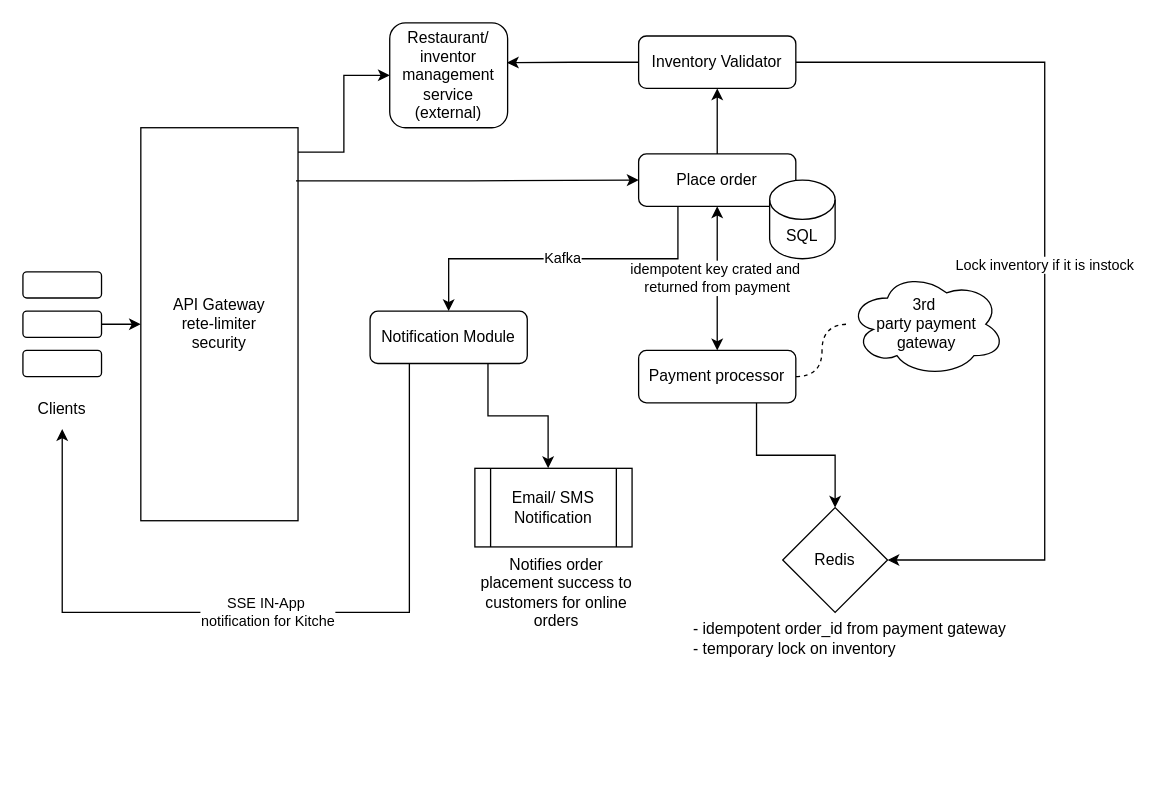
Above: HLD-drawings/order_management.drawio in harirehm/draw.io (draw.io), before the change. Source tidied: cells renumbered, new cells numbered last; positions are measured from the earlier drawing's top-left corner, leaving out a move shared by most shapes. Both pictures are drawn from the tidied source at 131%, with x=0, y=0 at pixel (22, 22).
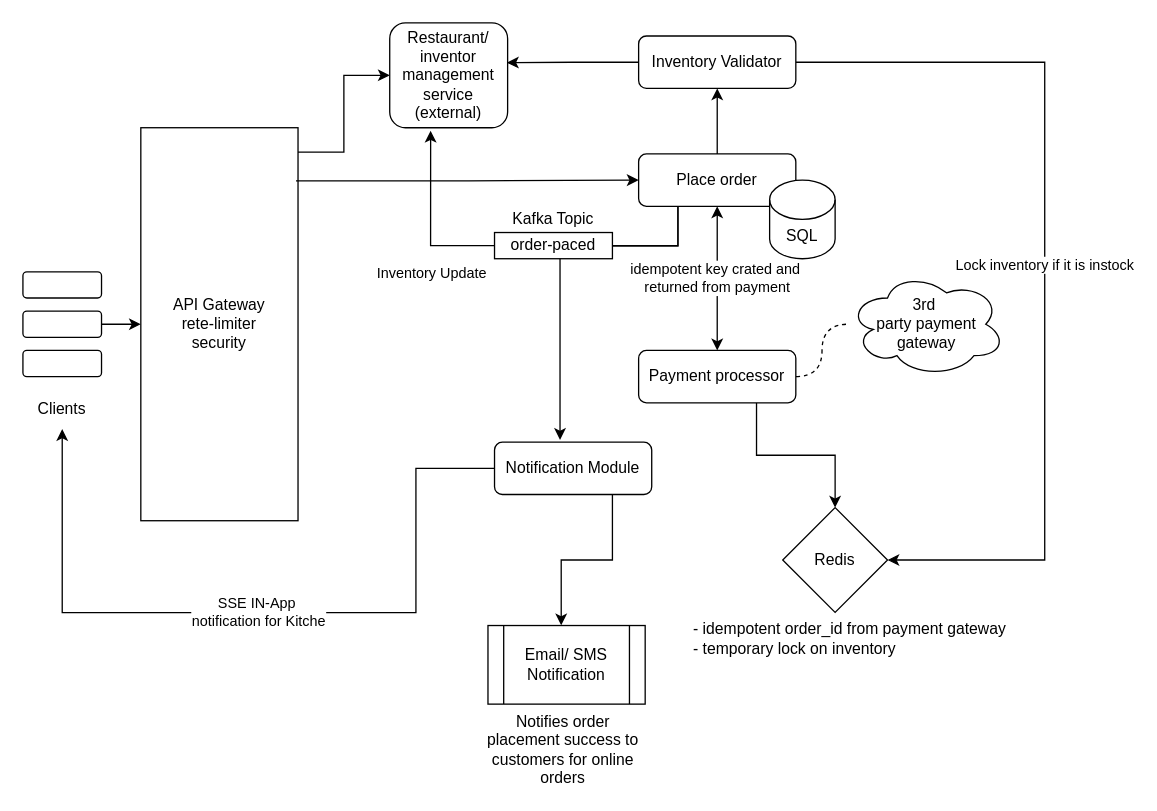
After the change.

The change refers to these unchanged cells:
```xml
<mxCell id="6" value="Clients" style="text;html=1;whiteSpace=wrap;strokeColor=none;fillColor=none;align=center;verticalAlign=middle;rounded=0;" parent="1" vertex="1">
  <mxGeometry y="280" width="60" height="30" as="geometry" />
</mxCell>
<mxCell id="10" value="Restaurant/ inventor management service&lt;br&gt;(external)" style="rounded=1;whiteSpace=wrap;html=1;" parent="1" vertex="1">
  <mxGeometry x="280" width="90" height="80" as="geometry" />
</mxCell>
<mxCell id="14" value="Place order" style="rounded=1;whiteSpace=wrap;html=1;" parent="1" vertex="1">
  <mxGeometry x="470" y="100" width="120" height="40" as="geometry" />
</mxCell>
```

Change to the diagram source:
```diff
@@
-    <mxCell id="13" value="Kafka" style="edgeStyle=orthogonalEdgeStyle;rounded=0;jettySize=auto;html=1;exitX=0.25;exitY=1;exitDx=0;exitDy=0;entryX=0.5;entryY=0;entryDx=0;entryDy=0;" parent="1" edge="1" source="14" target="26">
-      <mxGeometry relative="1" as="geometry" />
+    <mxCell id="13" style="edgeStyle=orthogonalEdgeStyle;rounded=0;jettySize=auto;html=1;exitX=0.25;exitY=1;exitDx=0;exitDy=0;" parent="1" edge="1" source="14">
+      <mxGeometry x="-0.11" y="-10" relative="1" as="geometry">
+        <mxPoint x="410" y="318.3" as="targetPoint" />
+        <Array as="points">
+          <mxPoint x="500" y="170.1" />
+          <mxPoint x="410" y="170.1" />
+        </Array>
+        <mxPoint x="10" y="-10" as="offset" />
+      </mxGeometry>
     </mxCell>
@@
-    <mxCell id="25" value="SSE IN-App&amp;nbsp;&lt;div&gt;notification for Kitche&lt;/div&gt;" style="edgeStyle=orthogonalEdgeStyle;rounded=0;jettySize=auto;html=1;exitX=0.25;exitY=1;exitDx=0;exitDy=0;entryX=0.5;entryY=1;entryDx=0;entryDy=0;" parent="1" edge="1" source="26" target="6">
+    <mxCell id="25" value="SSE IN-App&amp;nbsp;&lt;div&gt;notification for Kitche&lt;/div&gt;" style="edgeStyle=orthogonalEdgeStyle;rounded=0;jettySize=auto;html=1;exitX=0;exitY=0.5;exitDx=0;exitDy=0;entryX=0.5;entryY=1;entryDx=0;entryDy=0;" parent="1" edge="1" source="26" target="6">
       <mxGeometry relative="1" as="geometry">
         <Array as="points">
-          <mxPoint x="295" y="450" />
-          <mxPoint x="30" y="450" />
+          <mxPoint x="300" y="340.1" />
+          <mxPoint x="300" y="450.1" />
+          <mxPoint x="30" y="450.1" />
         </Array>
       </mxGeometry>
     </mxCell>
     <mxCell id="26" value="Notification Module" style="rounded=1;whiteSpace=wrap;html=1;" parent="1" vertex="1">
-      <mxGeometry x="265" y="220" width="120" height="40" as="geometry" />
+      <mxGeometry x="360" y="320" width="120" height="40" as="geometry" />
     </mxCell>
     <mxCell id="27" value="Email/ SMS Notification" style="shape=process;whiteSpace=wrap;html=1;backgroundOutline=1;" parent="1" vertex="1">
-      <mxGeometry x="345" y="340" width="120" height="60" as="geometry" />
+      <mxGeometry x="355" y="460" width="120" height="60" as="geometry" />
     </mxCell>
@@
     <mxCell id="29" value="Notifies order placement success to customers for online orders" style="text;html=1;whiteSpace=wrap;strokeColor=none;fillColor=none;align=center;verticalAlign=middle;rounded=0;" parent="1" vertex="1">
-      <mxGeometry x="345" y="420" width="125" height="30" as="geometry" />
+      <mxGeometry x="350" y="540" width="125" height="30" as="geometry" />
     </mxCell>
+    <mxCell id="30" style="edgeStyle=orthogonalEdgeStyle;rounded=0;jettySize=auto;html=1;exitX=0.25;exitY=1;exitDx=0;exitDy=0;entryX=0.5;entryY=0;entryDx=0;entryDy=0;" parent="1" edge="1" source="14" target="31">
+      <mxGeometry relative="1" as="geometry">
+        <Array as="points">
+          <mxPoint x="500" y="170.1" />
+        </Array>
+      </mxGeometry>
+    </mxCell>
+    <mxCell id="31" value="order-paced" style="rounded=0;whiteSpace=wrap;html=1;" parent="1" vertex="1">
+      <mxGeometry x="360" y="160" width="90" height="20" as="geometry" />
+    </mxCell>
+    <mxCell id="32" value="Kafka Topic" style="text;html=1;whiteSpace=wrap;strokeColor=none;fillColor=none;align=center;verticalAlign=middle;rounded=0;" parent="1" vertex="1">
+      <mxGeometry x="365" y="135" width="80" height="30" as="geometry" />
+    </mxCell>
+    <mxCell id="33" value="Inventory Update" style="edgeStyle=orthogonalEdgeStyle;rounded=0;jettySize=auto;html=1;exitX=0;exitY=0.5;exitDx=0;exitDy=0;entryX=0.347;entryY=1.029;entryDx=0;entryDy=0;entryPerimeter=0;" parent="1" edge="1" source="31" target="10">
+      <mxGeometry x="-0.29" y="21" relative="1" as="geometry" />
+    </mxCell>
```
